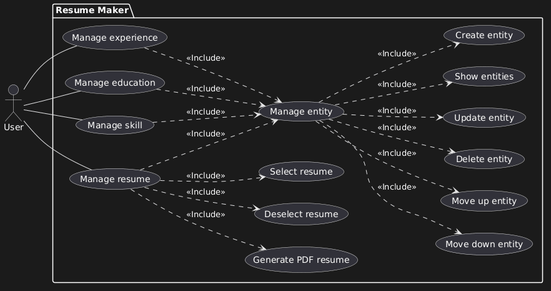
jakubolejarczyk/Documentation keeps this PlantUML diagram as Products/ResumeMaker/Images/UseCaseDiagram.png. Above is the earlier version.
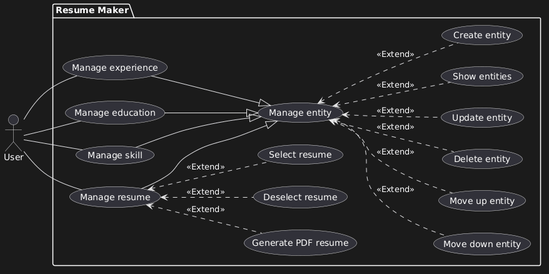
After the commit.

Commit message:
Change the include to extend in the resume makes use case diagram

Change to the diagram source:
```diff
@@ -25,19 +25,19 @@
 User -- ManageSkill
 User -- ManageResume
 
-ManageResume ..> GeneratePDFResume : <<Include>>
-ManageResume ..> DeselectResume : <<Include>>
-ManageResume ..> SelectResume : <<Include>>
+ManageResume <.. GeneratePDFResume : <<Extend>>
+ManageResume <.. DeselectResume : <<Extend>>
+ManageResume <.. SelectResume : <<Extend>>
 
-ManageResume ..> ManageEntity : <<Include>>
-ManageSkill ..> ManageEntity : <<Include>>
-ManageEducation ..> ManageEntity : <<Include>>
-ManageExperience ..> ManageEntity : <<Include>>
+ManageResume --|> ManageEntity
+ManageSkill --|> ManageEntity
+ManageEducation --|> ManageEntity
+ManageExperience --|> ManageEntity
 
-ManageEntity ..> MoveDownEntity : <<Include>>
-ManageEntity ..> MoveUpEntity : <<Include>>
-ManageEntity ..> DeleteEntity : <<Include>>
-ManageEntity ..> UpdateEntity : <<Include>>
-ManageEntity ..> ShowEntities : <<Include>>
-ManageEntity ..> CreateEntity : <<Include>>
+ManageEntity <.. MoveDownEntity : <<Extend>>
+ManageEntity <.. MoveUpEntity : <<Extend>>
+ManageEntity <.. DeleteEntity : <<Extend>>
+ManageEntity <.. UpdateEntity : <<Extend>>
+ManageEntity <.. ShowEntities : <<Extend>>
+ManageEntity <.. CreateEntity : <<Extend>>
 @enduml
```
